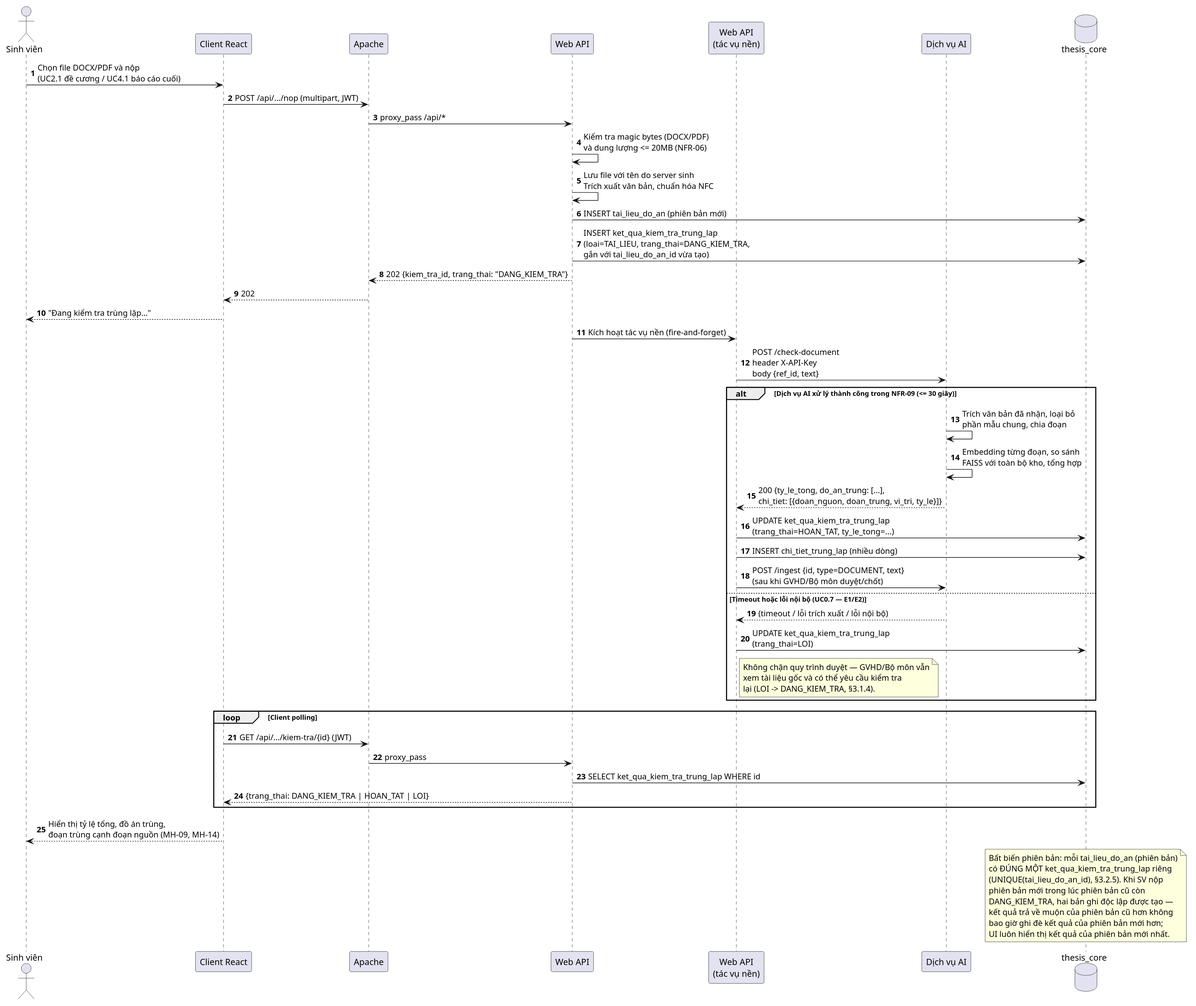
The PlantUML diagram docs/chuong-3-thiet-ke/kien-truc/seq-check-document.svg in dtc235200036-alt/ICTU-DATN-NguyenThiMaiAnh, before a commit. The source it was exported from:
```plantuml
@startuml
skinparam defaultFontName "Noto Sans"
skinparam shadowing false
skinparam dpi 150
skinparam backgroundColor white
skinparam classAttributeIconSize 0
!pragma layout smetana
autonumber

actor "Sinh viên" as User
participant "Client React" as Client
participant "Apache" as Apache
participant "Web API" as WebAPI
participant "Web API\n(tác vụ nền)" as BgTask
participant "Dịch vụ AI" as AIService
database "thesis_core" as DBCore

User -> Client : Chọn file DOCX/PDF và nộp\n(UC2.1 đề cương / UC4.1 báo cáo cuối)
Client -> Apache : POST /api/.../nop (multipart, JWT)
Apache -> WebAPI : proxy_pass /api/*

WebAPI -> WebAPI : Kiểm tra magic bytes (DOCX/PDF)\nvà dung lượng <= 20MB (NFR-06)
WebAPI -> WebAPI : Lưu file với tên do server sinh\nTrích xuất văn bản, chuẩn hóa NFC
WebAPI -> DBCore : INSERT tai_lieu_do_an (phiên bản mới)
WebAPI -> DBCore : INSERT ket_qua_kiem_tra_trung_lap\n(loai=TAI_LIEU, trang_thai=DANG_KIEM_TRA,\ngắn với tai_lieu_do_an_id vừa tạo)
WebAPI --> Apache : 202 {kiem_tra_id, trang_thai: "DANG_KIEM_TRA"}
Apache --> Client : 202
Client --> User : "Đang kiểm tra trùng lặp..."

WebAPI -> BgTask : Kích hoạt tác vụ nền (fire-and-forget)

BgTask -> AIService : POST /check-document\nheader X-API-Key\nbody {ref_id, text}

alt Dịch vụ AI xử lý thành công trong NFR-09 (<= 30 giây)
  AIService -> AIService : Trích văn bản đã nhận, loại bỏ\nphần mẫu chung, chia đoạn
  AIService -> AIService : Embedding từng đoạn, so sánh\nFAISS với toàn bộ kho, tổng hợp
  AIService --> BgTask : 200 {ty_le_tong, do_an_trung: [...],\nchi_tiet: [{doan_nguon, doan_trung, vi_tri, ty_le}]}
  BgTask -> DBCore : UPDATE ket_qua_kiem_tra_trung_lap\n(trang_thai=HOAN_TAT, ty_le_tong=...)
  BgTask -> DBCore : INSERT chi_tiet_trung_lap (nhiều dòng)
  BgTask -> AIService : POST /ingest {id, type=DOCUMENT, text}\n(sau khi GVHD/Bộ môn duyệt/chốt)
else Timeout hoặc lỗi nội bộ (UC0.7 — E1/E2)
  AIService --> BgTask : (timeout / lỗi trích xuất / lỗi nội bộ)
  BgTask -> DBCore : UPDATE ket_qua_kiem_tra_trung_lap\n(trang_thai=LOI)
  note right of BgTask
    Không chặn quy trình duyệt — GVHD/Bộ môn vẫn
    xem tài liệu gốc và có thể yêu cầu kiểm tra
    lại (LOI -> DANG_KIEM_TRA, §3.1.4).
  end note
end

loop Client polling
  Client -> Apache : GET /api/.../kiem-tra/{id} (JWT)
  Apache -> WebAPI : proxy_pass
  WebAPI -> DBCore : SELECT ket_qua_kiem_tra_trung_lap WHERE id
  WebAPI --> Client : {trang_thai: DANG_KIEM_TRA | HOAN_TAT | LOI}
end
Client --> User : Hiển thị tỷ lệ tổng, đồ án trùng,\nđoạn trùng cạnh đoạn nguồn (MH-09, MH-14)

note over DBCore
  Bất biến phiên bản: mỗi tai_lieu_do_an (phiên bản)
  có ĐÚNG MỘT ket_qua_kiem_tra_trung_lap riêng
  (UNIQUE(tai_lieu_do_an_id), §3.2.5). Khi SV nộp
  phiên bản mới trong lúc phiên bản cũ còn
  DANG_KIEM_TRA, hai bản ghi độc lập được tạo —
  kết quả trả về muộn của phiên bản cũ hơn không
  bao giờ ghi đè kết quả của phiên bản mới hơn;
  UI luôn hiển thị kết quả của phiên bản mới nhất.
end note
@enduml
```
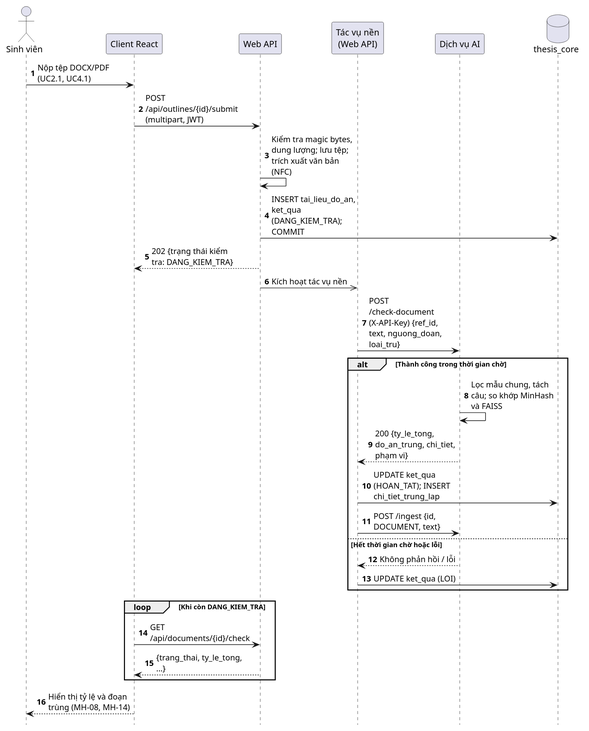
The same diagram one commit later.

Change to the diagram source:
```diff
@@ -6,64 +6,38 @@
 skinparam classAttributeIconSize 0
 !pragma layout smetana
 autonumber
+hide footbox
+skinparam responseMessageBelowArrow true
+skinparam maxMessageSize 140
 
 actor "Sinh viên" as User
 participant "Client React" as Client
-participant "Apache" as Apache
 participant "Web API" as WebAPI
-participant "Web API\n(tác vụ nền)" as BgTask
+participant "Tác vụ nền\n(Web API)" as BgTask
 participant "Dịch vụ AI" as AIService
 database "thesis_core" as DBCore
 
-User -> Client : Chọn file DOCX/PDF và nộp\n(UC2.1 đề cương / UC4.1 báo cáo cuối)
-Client -> Apache : POST /api/.../nop (multipart, JWT)
-Apache -> WebAPI : proxy_pass /api/*
+User -> Client : Nộp tệp DOCX/PDF (UC2.1, UC4.1)
+Client -> WebAPI : POST /api/outlines/{id}/submit (multipart, JWT)
+WebAPI -> WebAPI : Kiểm tra magic bytes, dung lượng; lưu tệp; trích xuất văn bản (NFC)
+WebAPI -> DBCore : INSERT tai_lieu_do_an, ket_qua (DANG_KIEM_TRA); COMMIT
+WebAPI --> Client : 202 {trạng thái kiểm tra: DANG_KIEM_TRA}
+WebAPI ->> BgTask : Kích hoạt tác vụ nền
+BgTask -> AIService : POST /check-document (X-API-Key) {ref_id, text, nguong_doan, loai_tru}
 
-WebAPI -> WebAPI : Kiểm tra magic bytes (DOCX/PDF)\nvà dung lượng <= 20MB (NFR-06)
-WebAPI -> WebAPI : Lưu file với tên do server sinh\nTrích xuất văn bản, chuẩn hóa NFC
-WebAPI -> DBCore : INSERT tai_lieu_do_an (phiên bản mới)
-WebAPI -> DBCore : INSERT ket_qua_kiem_tra_trung_lap\n(loai=TAI_LIEU, trang_thai=DANG_KIEM_TRA,\ngắn với tai_lieu_do_an_id vừa tạo)
-WebAPI --> Apache : 202 {kiem_tra_id, trang_thai: "DANG_KIEM_TRA"}
-Apache --> Client : 202
-Client --> User : "Đang kiểm tra trùng lặp..."
-
-WebAPI -> BgTask : Kích hoạt tác vụ nền (fire-and-forget)
-
-BgTask -> AIService : POST /check-document\nheader X-API-Key\nbody {ref_id, text}
-
-alt Dịch vụ AI xử lý thành công trong NFR-09 (<= 30 giây)
-  AIService -> AIService : Trích văn bản đã nhận, loại bỏ\nphần mẫu chung, chia đoạn
-  AIService -> AIService : Embedding từng đoạn, so sánh\nFAISS với toàn bộ kho, tổng hợp
-  AIService --> BgTask : 200 {ty_le_tong, do_an_trung: [...],\nchi_tiet: [{doan_nguon, doan_trung, vi_tri, ty_le}]}
-  BgTask -> DBCore : UPDATE ket_qua_kiem_tra_trung_lap\n(trang_thai=HOAN_TAT, ty_le_tong=...)
-  BgTask -> DBCore : INSERT chi_tiet_trung_lap (nhiều dòng)
-  BgTask -> AIService : POST /ingest {id, type=DOCUMENT, text}\n(sau khi GVHD/Bộ môn duyệt/chốt)
-else Timeout hoặc lỗi nội bộ (UC0.7 — E1/E2)
-  AIService --> BgTask : (timeout / lỗi trích xuất / lỗi nội bộ)
-  BgTask -> DBCore : UPDATE ket_qua_kiem_tra_trung_lap\n(trang_thai=LOI)
-  note right of BgTask
-    Không chặn quy trình duyệt — GVHD/Bộ môn vẫn
-    xem tài liệu gốc và có thể yêu cầu kiểm tra
-    lại (LOI -> DANG_KIEM_TRA, §3.1.4).
-  end note
+alt Thành công trong thời gian chờ
+  AIService -> AIService : Lọc mẫu chung, tách câu; so khớp MinHash và FAISS
+  AIService --> BgTask : 200 {ty_le_tong, do_an_trung, chi_tiet, phạm vi}
+  BgTask -> DBCore : UPDATE ket_qua (HOAN_TAT); INSERT chi_tiet_trung_lap
+  BgTask -> AIService : POST /ingest {id, DOCUMENT, text}
+else Hết thời gian chờ hoặc lỗi
+  AIService --> BgTask : Không phản hồi / lỗi
+  BgTask -> DBCore : UPDATE ket_qua (LOI)
 end
 
-loop Client polling
-  Client -> Apache : GET /api/.../kiem-tra/{id} (JWT)
-  Apache -> WebAPI : proxy_pass
-  WebAPI -> DBCore : SELECT ket_qua_kiem_tra_trung_lap WHERE id
-  WebAPI --> Client : {trang_thai: DANG_KIEM_TRA | HOAN_TAT | LOI}
+loop Khi còn DANG_KIEM_TRA
+  Client -> WebAPI : GET /api/documents/{id}/check
+  WebAPI --> Client : {trang_thai, ty_le_tong, ...}
 end
-Client --> User : Hiển thị tỷ lệ tổng, đồ án trùng,\nđoạn trùng cạnh đoạn nguồn (MH-09, MH-14)
-
-note over DBCore
-  Bất biến phiên bản: mỗi tai_lieu_do_an (phiên bản)
-  có ĐÚNG MỘT ket_qua_kiem_tra_trung_lap riêng
-  (UNIQUE(tai_lieu_do_an_id), §3.2.5). Khi SV nộp
-  phiên bản mới trong lúc phiên bản cũ còn
-  DANG_KIEM_TRA, hai bản ghi độc lập được tạo —
-  kết quả trả về muộn của phiên bản cũ hơn không
-  bao giờ ghi đè kết quả của phiên bản mới hơn;
-  UI luôn hiển thị kết quả của phiên bản mới nhất.
-end note
+Client --> User : Hiển thị tỷ lệ và đoạn trùng (MH-08, MH-14)
 @enduml
```
